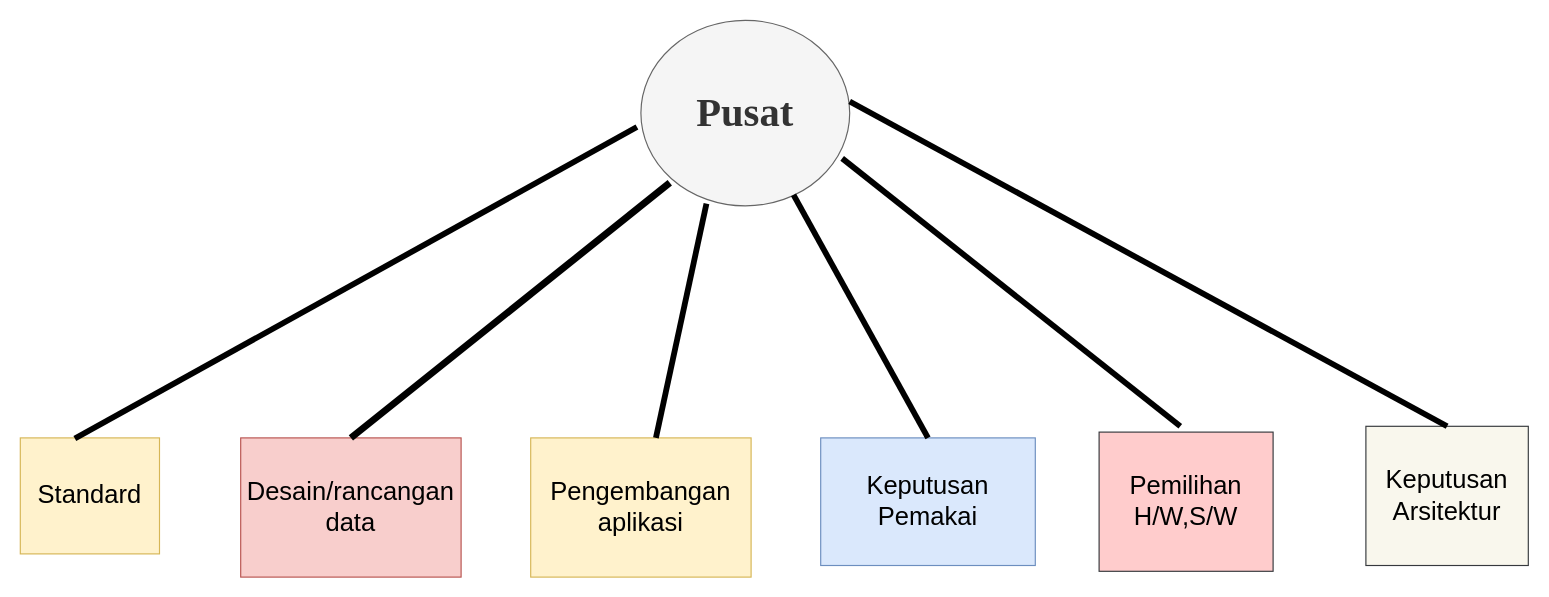
Earlier version of the draw.io diagram page "Page-1" (1 of 6) of pdt10.drawio (lukmanprasetyo/Topologi-Jaringan). Source tidied: cells renumbered, new cells numbered last; positions are measured from the earlier drawing's top-left corner, leaving out a move shared by most shapes. Both pictures are drawn from the tidied source at 116%, with x=0, y=0 at pixel (20, 20).
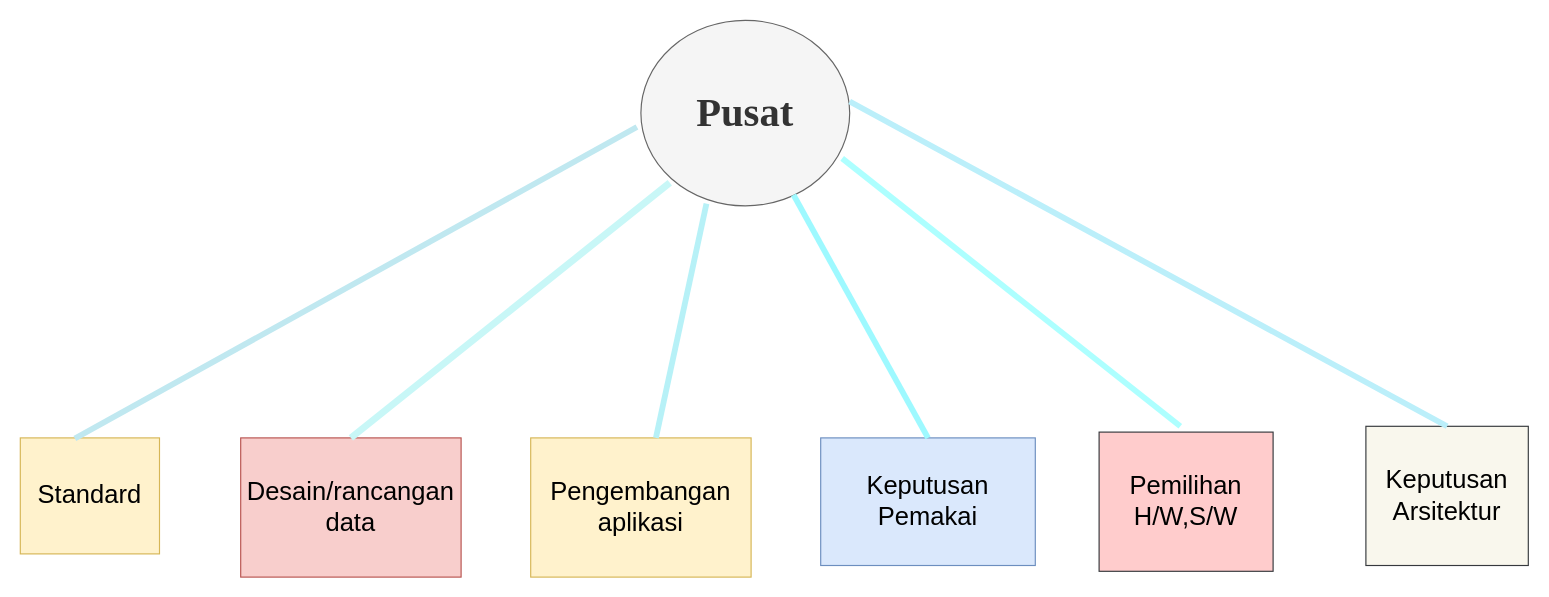
The same diagram, later.

What changed in the source:
```diff
@@
 <mxGraphModel>
   <root>
     <mxCell id="0" />
     <mxCell id="1" parent="0" />
     <mxCell id="2" value="&lt;font face=&quot;Times New Roman&quot; size=&quot;1&quot;&gt;&lt;b style=&quot;font-size: 35px&quot;&gt;Pusat&lt;/b&gt;&lt;/font&gt;" style="ellipse;whiteSpace=wrap;html=1;fillColor=#f5f5f5;strokeColor=#666666;fontColor=#333333;" parent="1" vertex="1">
       <mxGeometry x="535" width="180" height="160" as="geometry" />
     </mxCell>
     <mxCell id="3" value="&lt;font style=&quot;font-size: 22px&quot;&gt;Standard&lt;/font&gt;" style="rounded=0;whiteSpace=wrap;html=1;fillColor=#fff2cc;strokeColor=#d6b656;" parent="1" vertex="1">
       <mxGeometry y="360" width="120" height="100" as="geometry" />
     </mxCell>
     <mxCell id="4" value="&lt;font style=&quot;font-size: 22px&quot;&gt;Desain/rancangan data&lt;/font&gt;" style="rounded=0;whiteSpace=wrap;html=1;fillColor=#f8cecc;strokeColor=#b85450;" parent="1" vertex="1">
       <mxGeometry x="190" y="360" width="190" height="120" as="geometry" />
     </mxCell>
     <mxCell id="5" value="&lt;font style=&quot;font-size: 22px&quot;&gt;Pengembangan aplikasi&lt;/font&gt;" style="rounded=0;whiteSpace=wrap;html=1;fillColor=#fff2cc;strokeColor=#d6b656;" parent="1" vertex="1">
       <mxGeometry x="440" y="360" width="190" height="120" as="geometry" />
     </mxCell>
     <mxCell id="6" value="&lt;font style=&quot;font-size: 22px&quot;&gt;Keputusan Pemakai&lt;/font&gt;" style="rounded=0;whiteSpace=wrap;html=1;fillColor=#dae8fc;strokeColor=#6c8ebf;" parent="1" vertex="1">
       <mxGeometry x="690" y="360" width="185" height="110" as="geometry" />
     </mxCell>
     <mxCell id="7" value="&lt;font style=&quot;font-size: 22px&quot;&gt;Pemilihan H/W,S/W&lt;/font&gt;" style="rounded=0;whiteSpace=wrap;html=1;fillColor=#ffcccc;strokeColor=#36393d;" parent="1" vertex="1">
       <mxGeometry x="930" y="355" width="150" height="120" as="geometry" />
     </mxCell>
     <mxCell id="8" value="&lt;font style=&quot;font-size: 22px&quot;&gt;Keputusan Arsitektur&lt;/font&gt;" style="rounded=0;whiteSpace=wrap;html=1;fillColor=#f9f7ed;strokeColor=#36393d;" parent="1" vertex="1">
       <mxGeometry x="1160" y="350" width="140" height="120" as="geometry" />
     </mxCell>
-    <mxCell id="9" style="endArrow=none;html=1;entryX=-0.019;entryY=0.575;entryDx=0;entryDy=0;entryPerimeter=0;exitX=0.392;exitY=0.005;exitDx=0;exitDy=0;exitPerimeter=0;strokeWidth=5;" parent="1" edge="1" source="3" target="2">
+    <mxCell id="9" style="endArrow=none;html=1;entryX=-0.019;entryY=0.575;entryDx=0;entryDy=0;entryPerimeter=0;exitX=0.392;exitY=0.005;exitDx=0;exitDy=0;exitPerimeter=0;strokeWidth=5;fillColor=#b1ddf0;strokeColor=#C0E8F0;" parent="1" edge="1" source="3" target="2">
       <mxGeometry relative="1" as="geometry" />
     </mxCell>
-    <mxCell id="10" style="endArrow=none;html=1;entryX=0.083;entryY=0.813;entryDx=0;entryDy=0;entryPerimeter=0;exitX=0.5;exitY=0;exitDx=0;exitDy=0;strokeWidth=6;" parent="1" edge="1" source="4">
+    <mxCell id="10" style="endArrow=none;html=1;entryX=0.083;entryY=0.813;entryDx=0;entryDy=0;entryPerimeter=0;exitX=0.5;exitY=0;exitDx=0;exitDy=0;strokeWidth=6;fillColor=#cce5ff;strokeColor=#C8F7F7;" parent="1" edge="1" source="4">
       <mxGeometry relative="1" as="geometry">
         <mxPoint x="559.9" y="140.1" as="targetPoint" />
       </mxGeometry>
     </mxCell>
-    <mxCell id="11" style="endArrow=none;html=1;entryX=0.314;entryY=0.988;entryDx=0;entryDy=0;entryPerimeter=0;strokeWidth=5;" parent="1" edge="1" source="5" target="2">
+    <mxCell id="11" style="endArrow=none;html=1;entryX=0.314;entryY=0.988;entryDx=0;entryDy=0;entryPerimeter=0;strokeWidth=5;fillColor=#cce5ff;strokeColor=#B7F1F7;" parent="1" edge="1" source="5" target="2">
       <mxGeometry relative="1" as="geometry" />
     </mxCell>
-    <mxCell id="12" style="endArrow=none;html=1;entryX=0.731;entryY=0.941;entryDx=0;entryDy=0;entryPerimeter=0;exitX=0.5;exitY=0;exitDx=0;exitDy=0;strokeWidth=5;" parent="1" edge="1" source="6" target="2">
+    <mxCell id="12" style="endArrow=none;html=1;entryX=0.731;entryY=0.941;entryDx=0;entryDy=0;entryPerimeter=0;exitX=0.5;exitY=0;exitDx=0;exitDy=0;strokeWidth=5;fillColor=#f9f7ed;strokeColor=#9EF9FF;" parent="1" edge="1" source="6" target="2">
       <mxGeometry relative="1" as="geometry" />
     </mxCell>
-    <mxCell id="13" style="endArrow=none;html=1;entryX=0.964;entryY=0.744;entryDx=0;entryDy=0;entryPerimeter=0;strokeWidth=5;" parent="1" edge="1" target="2">
+    <mxCell id="13" style="endArrow=none;html=1;entryX=0.964;entryY=0.744;entryDx=0;entryDy=0;entryPerimeter=0;strokeWidth=5;strokeColor=#ADFFFF;" parent="1" edge="1" target="2">
       <mxGeometry relative="1" as="geometry">
         <mxPoint x="1000" y="350" as="sourcePoint" />
       </mxGeometry>
     </mxCell>
-    <mxCell id="14" style="endArrow=none;html=1;entryX=0.731;entryY=0.941;entryDx=0;entryDy=0;entryPerimeter=0;strokeWidth=5;exitX=0.5;exitY=0;exitDx=0;exitDy=0;" parent="1" edge="1" source="8">
+    <mxCell id="14" style="endArrow=none;html=1;entryX=0.731;entryY=0.941;entryDx=0;entryDy=0;entryPerimeter=0;strokeWidth=5;exitX=0.5;exitY=0;exitDx=0;exitDy=0;fillColor=#ffff88;strokeColor=#BBEFFA;" parent="1" edge="1" source="8">
       <mxGeometry relative="1" as="geometry">
         <mxPoint x="715" y="70" as="targetPoint" />
       </mxGeometry>
     </mxCell>
   </root>
 </mxGraphModel>
```
